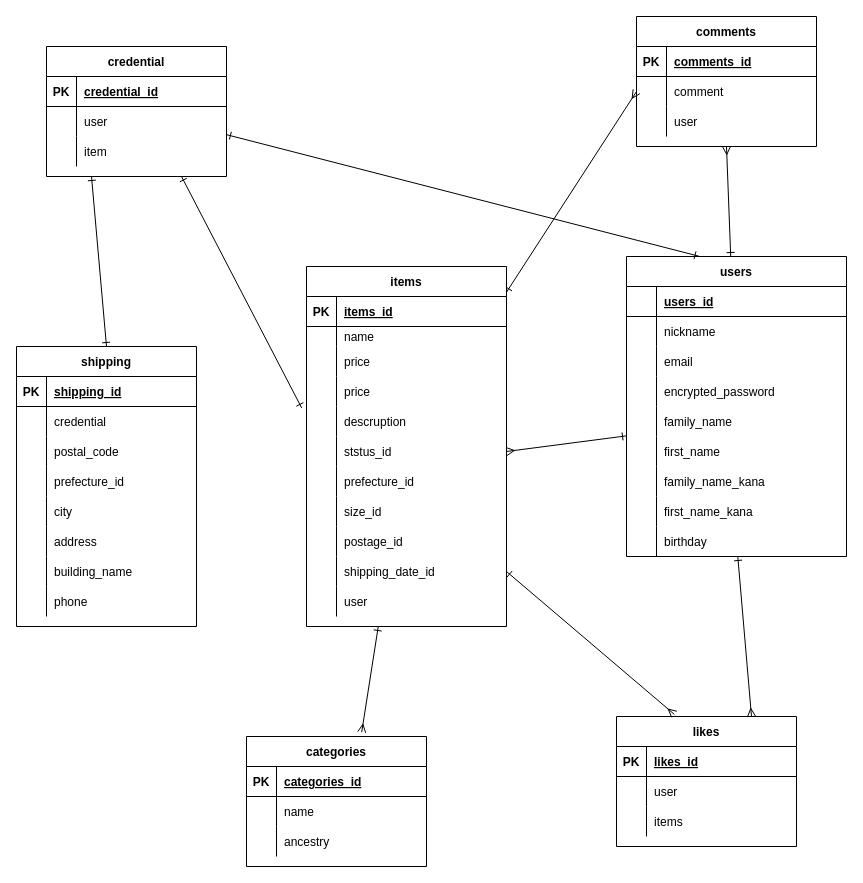
Earlier version of the draw.io diagram se.dio (masyu0039/furima-38560). Source tidied: cells renumbered, new cells numbered last; positions are measured from the earlier drawing's top-left corner, leaving out a move shared by most shapes. Both pictures are drawn from the tidied source at 100%, with x=0, y=0 at pixel (16, 16).
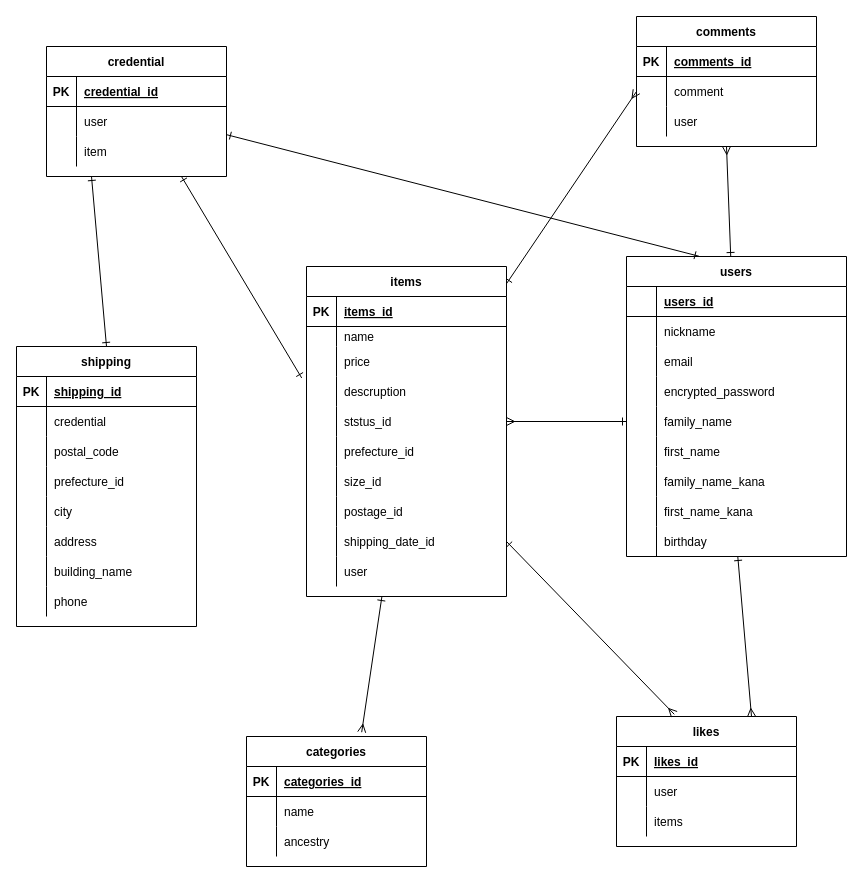
The same page after the edit.

What changed in the source:
```diff
@@
     <mxCell id="101" value="items" style="shape=table;startSize=30;childLayout=tableLayout;rowLines=0;fontStyle=1;align=center;" parent="1" vertex="1">
-      <mxGeometry x="290" y="250" width="200" height="360" as="geometry" />
+      <mxGeometry x="290" y="250" width="200" height="330" as="geometry" />
     </mxCell>
@@
-    <mxCell id="111" style="shape=partialRectangle;fillColor=none;top=0;left=0;bottom=0;right=0;" parent="101" vertex="1">
-      <mxGeometry y="110" width="200" height="30" as="geometry" />
-    </mxCell>
-    <mxCell id="112" style="shape=partialRectangle;fillColor=none;top=0;left=0;bottom=0;right=0;overflow=hidden;" parent="111" vertex="1">
-      <mxGeometry width="30" height="30" as="geometry" />
-    </mxCell>
-    <mxCell id="113" value="price" style="shape=partialRectangle;fillColor=none;top=0;left=0;bottom=0;right=0;align=left;spacingLeft=6;overflow=hidden;" parent="111" vertex="1">
-      <mxGeometry x="30" width="170" height="30" as="geometry" />
-    </mxCell>
     <mxCell id="114" style="shape=partialRectangle;fillColor=none;top=0;left=0;bottom=0;right=0;points=[[0,0.5],[1,0.5]];portConstraint=eastwest;" parent="101" vertex="1">
-      <mxGeometry y="140" width="200" height="30" as="geometry" />
+      <mxGeometry y="110" width="200" height="30" as="geometry" />
     </mxCell>
@@
     <mxCell id="117" style="shape=partialRectangle;fillColor=none;top=0;left=0;bottom=0;right=0;points=[[0,0.5],[1,0.5]];portConstraint=eastwest;" parent="101" vertex="1">
-      <mxGeometry y="170" width="200" height="30" as="geometry" />
+      <mxGeometry y="140" width="200" height="30" as="geometry" />
     </mxCell>
@@
     <mxCell id="120" style="shape=partialRectangle;fillColor=none;top=0;left=0;bottom=0;right=0;" parent="101" vertex="1">
-      <mxGeometry y="200" width="200" height="30" as="geometry" />
+      <mxGeometry y="170" width="200" height="30" as="geometry" />
     </mxCell>
@@
     <mxCell id="123" style="shape=partialRectangle;fillColor=none;top=0;left=0;bottom=0;right=0;" parent="101" vertex="1">
-      <mxGeometry y="230" width="200" height="30" as="geometry" />
+      <mxGeometry y="200" width="200" height="30" as="geometry" />
     </mxCell>
@@
     <mxCell id="126" style="shape=partialRectangle;fillColor=none;top=0;left=0;bottom=0;right=0;" parent="101" vertex="1">
-      <mxGeometry y="260" width="200" height="30" as="geometry" />
+      <mxGeometry y="230" width="200" height="30" as="geometry" />
     </mxCell>
@@
     <mxCell id="129" style="shape=partialRectangle;fillColor=none;top=0;left=0;bottom=0;right=0;points=[[0,0.5],[1,0.5]];portConstraint=eastwest;" parent="101" vertex="1">
-      <mxGeometry y="290" width="200" height="30" as="geometry" />
+      <mxGeometry y="260" width="200" height="30" as="geometry" />
     </mxCell>
@@
     <mxCell id="132" style="shape=partialRectangle;fillColor=none;top=0;left=0;bottom=0;right=0;" parent="101" vertex="1">
-      <mxGeometry y="320" width="200" height="30" as="geometry" />
+      <mxGeometry y="290" width="200" height="30" as="geometry" />
     </mxCell>
```
